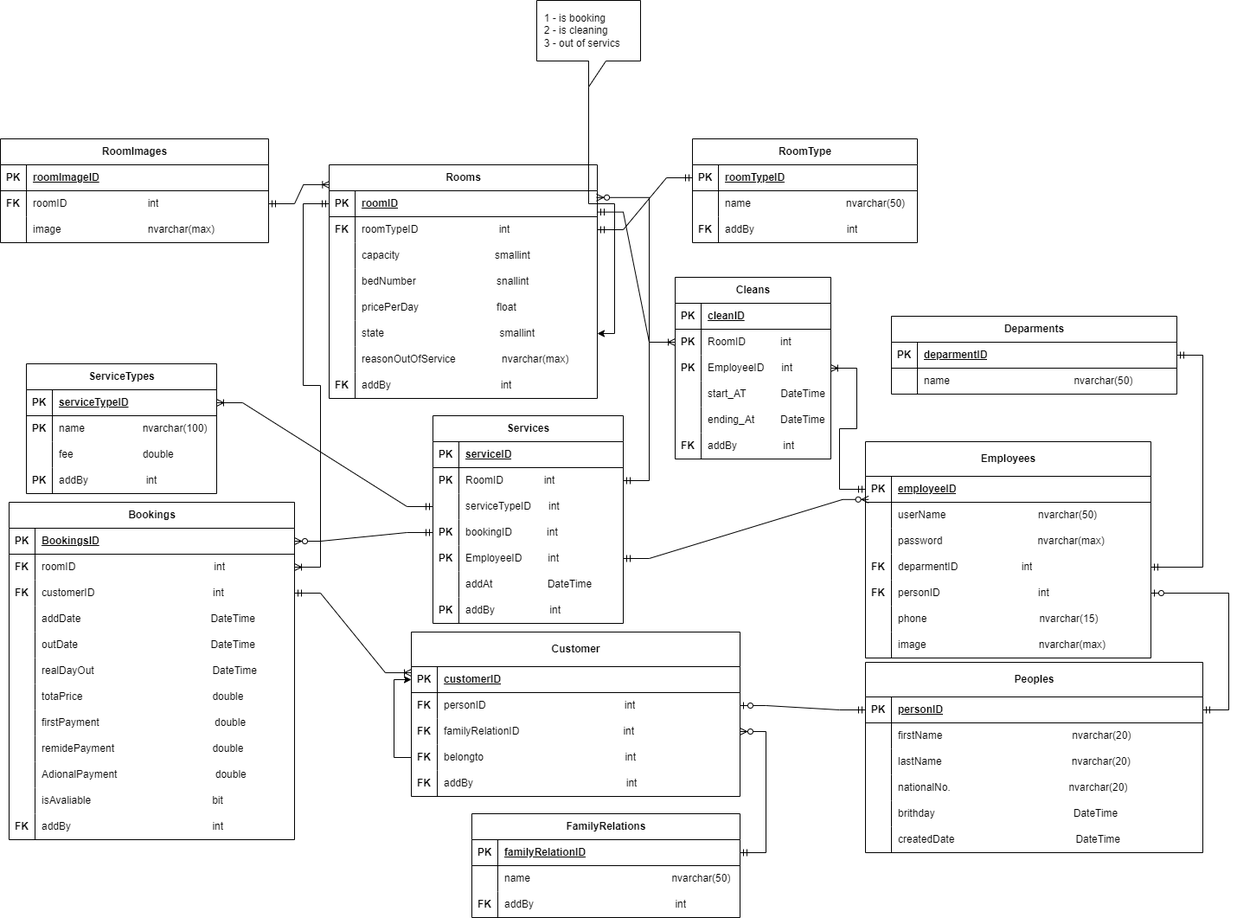
This is schma for hotel booking.png from Abdullah2100/HotelManagementSystem, a draw.io export, as it was before one commit. Source tidied: cells renumbered, new cells last; positions are measured from the earlier drawing's top-left corner, leaving out a move shared by most shapes.
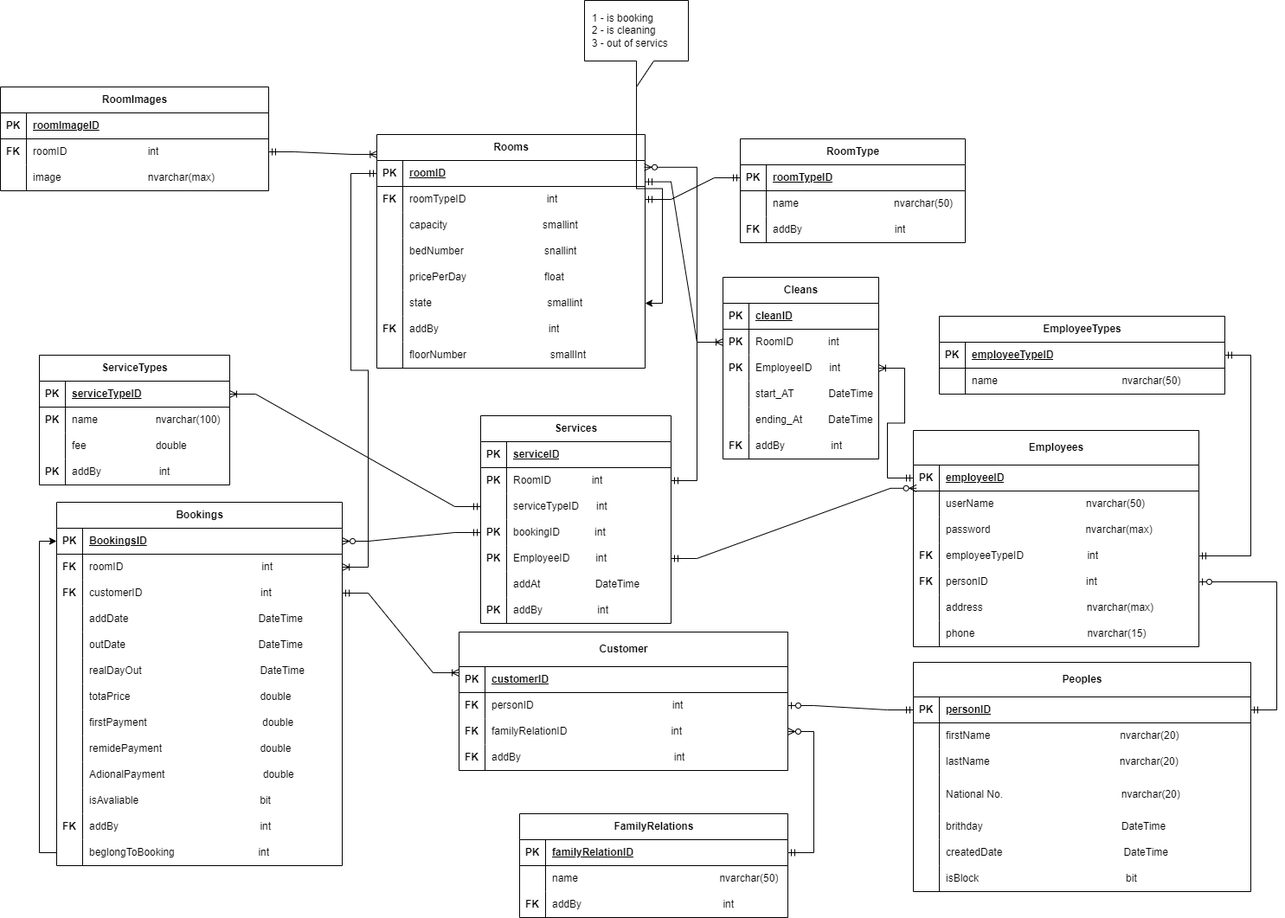
Later version of the same file.

Diff of the diagram source:
```diff
@@ -5,3 +5,3 @@
     <mxCell id="2" value="Peoples" style="shape=table;startSize=40;rowLines=0;fontStyle=1;align=center;html=1;" parent="1" vertex="1">
-      <mxGeometry x="1000" y="765" width="390" height="220" as="geometry" />
+      <mxGeometry x="1000" y="765" width="390" height="265" as="geometry" />
     </mxCell>
@@ -35,12 +35,12 @@
     <mxCell id="12" style="shape=tableRow;horizontal=0;startSize=0;swimlaneHead=0;swimlaneBody=0;fillColor=none;top=0;left=0;right=0;bottom=0;" parent="2" vertex="1">
-      <mxGeometry y="130" width="390" height="30" as="geometry" />
+      <mxGeometry y="130" width="390" height="45" as="geometry" />
     </mxCell>
     <mxCell id="13" style="shape=partialRectangle;fillColor=none;top=0;left=0;bottom=0;right=0;overflow=hidden;whiteSpace=wrap;html=1;" parent="12" vertex="1">
-      <mxGeometry width="30" height="30" as="geometry" />
+      <mxGeometry width="30" height="45" as="geometry" />
     </mxCell>
-    <mxCell id="14" value="nationalNo.&amp;nbsp; &amp;nbsp; &amp;nbsp; &amp;nbsp; &amp;nbsp; &amp;nbsp; &amp;nbsp; &amp;nbsp; &amp;nbsp; &amp;nbsp; &amp;nbsp; &amp;nbsp; &amp;nbsp; &amp;nbsp; &amp;nbsp; &amp;nbsp; &amp;nbsp; &amp;nbsp; &amp;nbsp; &amp;nbsp; &amp;nbsp;nvarchar(20)" style="shape=partialRectangle;fillColor=none;top=0;left=0;bottom=0;right=0;align=left;spacingLeft=6;overflow=hidden;whiteSpace=wrap;html=1;" parent="12" vertex="1">
-      <mxGeometry x="30" width="360" height="30" as="geometry" />
+    <mxCell id="14" value="National No.&amp;nbsp; &amp;nbsp; &amp;nbsp; &amp;nbsp; &amp;nbsp; &amp;nbsp; &amp;nbsp; &amp;nbsp; &amp;nbsp; &amp;nbsp; &amp;nbsp; &amp;nbsp; &amp;nbsp; &amp;nbsp; &amp;nbsp; &amp;nbsp; &amp;nbsp; &amp;nbsp; &amp;nbsp; &amp;nbsp; &amp;nbsp;nvarchar(20)" style="shape=partialRectangle;fillColor=none;top=0;left=0;bottom=0;right=0;align=left;spacingLeft=6;overflow=hidden;whiteSpace=wrap;html=1;" parent="12" vertex="1">
+      <mxGeometry x="30" width="360" height="45" as="geometry" />
     </mxCell>
     <mxCell id="15" style="shape=tableRow;horizontal=0;startSize=0;swimlaneHead=0;swimlaneBody=0;fillColor=none;top=0;left=0;right=0;bottom=0;" parent="2" vertex="1">
-      <mxGeometry y="160" width="390" height="30" as="geometry" />
+      <mxGeometry y="175" width="390" height="30" as="geometry" />
     </mxCell>
@@ -53,3 +53,3 @@
     <mxCell id="18" style="shape=tableRow;horizontal=0;startSize=0;swimlaneHead=0;swimlaneBody=0;fillColor=none;top=0;left=0;right=0;bottom=0;" parent="2" vertex="1">
-      <mxGeometry y="190" width="390" height="30" as="geometry" />
+      <mxGeometry y="205" width="390" height="30" as="geometry" />
     </mxCell>
@@ -61,4 +61,13 @@
     </mxCell>
+    <mxCell id="231" style="shape=tableRow;horizontal=0;startSize=0;swimlaneHead=0;swimlaneBody=0;fillColor=none;top=0;left=0;right=0;bottom=0;" parent="2" vertex="1">
+      <mxGeometry y="235" width="390" height="30" as="geometry" />
+    </mxCell>
+    <mxCell id="232" style="shape=partialRectangle;fillColor=none;top=0;left=0;bottom=0;right=0;overflow=hidden;whiteSpace=wrap;html=1;" parent="231" vertex="1">
+      <mxGeometry width="30" height="30" as="geometry" />
+    </mxCell>
+    <mxCell id="233" value="isBlock&amp;nbsp; &amp;nbsp; &amp;nbsp; &amp;nbsp; &amp;nbsp; &amp;nbsp; &amp;nbsp; &amp;nbsp; &amp;nbsp; &amp;nbsp; &amp;nbsp; &amp;nbsp; &amp;nbsp; &amp;nbsp; &amp;nbsp; &amp;nbsp; &amp;nbsp; &amp;nbsp; &amp;nbsp; &amp;nbsp; &amp;nbsp; &amp;nbsp; &amp;nbsp; &amp;nbsp; &amp;nbsp; &amp;nbsp;bit" style="shape=partialRectangle;fillColor=none;top=0;left=0;bottom=0;right=0;align=left;spacingLeft=6;overflow=hidden;whiteSpace=wrap;html=1;" parent="231" vertex="1">
+      <mxGeometry x="30" width="360" height="30" as="geometry" />
+    </mxCell>
     <mxCell id="21" value="Employees" style="shape=table;startSize=40;rowLines=0;fontStyle=1;align=center;html=1;" parent="1" vertex="1">
-      <mxGeometry x="1000" y="510" width="330" height="250" as="geometry" />
+      <mxGeometry x="1000" y="497" width="330" height="250" as="geometry" />
     </mxCell>
@@ -97,3 +106,3 @@
     </mxCell>
-    <mxCell id="33" value="deparmentID&amp;nbsp; &amp;nbsp; &amp;nbsp; &amp;nbsp; &amp;nbsp; &amp;nbsp; &amp;nbsp; &amp;nbsp; &amp;nbsp; &amp;nbsp; &amp;nbsp; int" style="shape=partialRectangle;fillColor=none;top=0;left=0;bottom=0;right=0;align=left;spacingLeft=6;overflow=hidden;whiteSpace=wrap;html=1;" parent="31" vertex="1">
+    <mxCell id="33" value="employeeTypeID&amp;nbsp; &amp;nbsp; &amp;nbsp; &amp;nbsp; &amp;nbsp; &amp;nbsp; &amp;nbsp; &amp;nbsp; &amp;nbsp; &amp;nbsp; &amp;nbsp; int" style="shape=partialRectangle;fillColor=none;top=0;left=0;bottom=0;right=0;align=left;spacingLeft=6;overflow=hidden;whiteSpace=wrap;html=1;" parent="31" vertex="1">
       <mxGeometry x="30" width="300" height="30" as="geometry" />
@@ -109,4 +118,13 @@
     </mxCell>
+    <mxCell id="234" style="shape=tableRow;horizontal=0;startSize=0;swimlaneHead=0;swimlaneBody=0;fillColor=none;top=0;left=0;right=0;bottom=0;" parent="21" vertex="1">
+      <mxGeometry y="190" width="330" height="30" as="geometry" />
+    </mxCell>
+    <mxCell id="235" style="shape=partialRectangle;fillColor=none;top=0;left=0;bottom=0;right=0;overflow=hidden;whiteSpace=wrap;html=1;" parent="234" vertex="1">
+      <mxGeometry width="30" height="30" as="geometry" />
+    </mxCell>
+    <mxCell id="236" value="address&amp;nbsp; &amp;nbsp; &amp;nbsp; &amp;nbsp; &amp;nbsp; &amp;nbsp; &amp;nbsp; &amp;nbsp; &amp;nbsp; &amp;nbsp; &amp;nbsp; &amp;nbsp; &amp;nbsp; &amp;nbsp; &amp;nbsp; &amp;nbsp; &amp;nbsp; &amp;nbsp; nvarchar(max)" style="shape=partialRectangle;fillColor=none;top=0;left=0;bottom=0;right=0;align=left;spacingLeft=6;overflow=hidden;whiteSpace=wrap;html=1;" parent="234" vertex="1">
+      <mxGeometry x="30" width="300" height="30" as="geometry" />
+    </mxCell>
     <mxCell id="37" style="shape=tableRow;horizontal=0;startSize=0;swimlaneHead=0;swimlaneBody=0;fillColor=none;top=0;left=0;right=0;bottom=0;" parent="21" vertex="1">
-      <mxGeometry y="190" width="330" height="30" as="geometry" />
+      <mxGeometry y="220" width="330" height="30" as="geometry" />
     </mxCell>
@@ -118,12 +136,3 @@
     </mxCell>
-    <mxCell id="40" style="shape=tableRow;horizontal=0;startSize=0;swimlaneHead=0;swimlaneBody=0;fillColor=none;top=0;left=0;right=0;bottom=0;" parent="21" vertex="1">
-      <mxGeometry y="220" width="330" height="30" as="geometry" />
-    </mxCell>
-    <mxCell id="41" style="shape=partialRectangle;fillColor=none;top=0;left=0;bottom=0;right=0;overflow=hidden;whiteSpace=wrap;html=1;" parent="40" vertex="1">
-      <mxGeometry width="30" height="30" as="geometry" />
-    </mxCell>
-    <mxCell id="42" value="image&amp;nbsp; &amp;nbsp; &amp;nbsp; &amp;nbsp; &amp;nbsp; &amp;nbsp; &amp;nbsp; &amp;nbsp; &amp;nbsp; &amp;nbsp; &amp;nbsp; &amp;nbsp; &amp;nbsp; &amp;nbsp; &amp;nbsp; &amp;nbsp; &amp;nbsp; &amp;nbsp; &amp;nbsp; &amp;nbsp;nvarchar(max)" style="shape=partialRectangle;fillColor=none;top=0;left=0;bottom=0;right=0;align=left;spacingLeft=6;overflow=hidden;whiteSpace=wrap;html=1;" parent="40" vertex="1">
-      <mxGeometry x="30" width="300" height="30" as="geometry" />
-    </mxCell>
-    <mxCell id="43" value="Deparments" style="shape=table;startSize=30;rowLines=0;fontStyle=1;align=center;html=1;" parent="1" vertex="1">
+    <mxCell id="43" value="EmployeeTypes" style="shape=table;startSize=30;rowLines=0;fontStyle=1;align=center;html=1;" parent="1" vertex="1">
       <mxGeometry x="1030" y="365" width="330" height="90" as="geometry" />
@@ -136,3 +145,3 @@
     </mxCell>
-    <mxCell id="46" value="deparmentID" style="shape=partialRectangle;fillColor=none;top=0;left=0;bottom=0;right=0;align=left;spacingLeft=6;fontStyle=5;overflow=hidden;whiteSpace=wrap;html=1;" parent="44" vertex="1">
+    <mxCell id="46" value="employeeTypeID" style="shape=partialRectangle;fillColor=none;top=0;left=0;bottom=0;right=0;align=left;spacingLeft=6;fontStyle=5;overflow=hidden;whiteSpace=wrap;html=1;" parent="44" vertex="1">
       <mxGeometry x="30" width="300" height="30" as="geometry" />
@@ -148,3 +157,3 @@
     </mxCell>
-    <mxCell id="50" style="edgeStyle=orthogonalEdgeStyle;rounded=0;jettySize=auto;html=1;entryX=0;entryY=0.5;entryDx=0;entryDy=0;" parent="1" edge="1" source="63" target="54">
+    <mxCell id="50" style="edgeStyle=orthogonalEdgeStyle;rounded=0;jettySize=auto;html=1;entryX=0;entryY=0.5;entryDx=0;entryDy=0;" parent="1" edge="1" source="x" target="54">
       <mxGeometry relative="1" as="geometry" />
@@ -158,3 +167,3 @@
     <mxCell id="53" value="Customer" style="shape=table;startSize=40;rowLines=0;fontStyle=1;align=center;html=1;" parent="1" vertex="1">
-      <mxGeometry x="475" y="730" width="380" height="190" as="geometry" />
+      <mxGeometry x="475" y="730" width="380" height="160" as="geometry" />
     </mxCell>
@@ -187,13 +196,4 @@
     </mxCell>
-    <mxCell id="63" style="shape=tableRow;horizontal=0;startSize=0;swimlaneHead=0;swimlaneBody=0;fillColor=none;points=[[0,0.5],[1,0.5]];portConstraint=eastwest;top=0;left=0;right=0;bottom=0;" parent="53" vertex="1">
-      <mxGeometry y="130" width="380" height="30" as="geometry" />
-    </mxCell>
-    <mxCell id="64" value="&lt;b style=&quot;border-color: var(--border-color);&quot;&gt;FK&lt;/b&gt;" style="shape=partialRectangle;fillColor=none;top=0;left=0;bottom=0;right=0;overflow=hidden;whiteSpace=wrap;html=1;" parent="63" vertex="1">
-      <mxGeometry width="30" height="30" as="geometry" />
-    </mxCell>
-    <mxCell id="65" value="belongto&amp;nbsp; &amp;nbsp; &amp;nbsp; &amp;nbsp; &amp;nbsp; &amp;nbsp; &amp;nbsp; &amp;nbsp; &amp;nbsp; &amp;nbsp; &amp;nbsp; &amp;nbsp; &amp;nbsp; &amp;nbsp; &amp;nbsp; &amp;nbsp; &amp;nbsp; &amp;nbsp; &amp;nbsp; &amp;nbsp; &amp;nbsp; &amp;nbsp; &amp;nbsp; &amp;nbsp; &amp;nbsp;int" style="shape=partialRectangle;fillColor=none;top=0;left=0;bottom=0;right=0;align=left;spacingLeft=6;overflow=hidden;whiteSpace=wrap;html=1;" parent="63" vertex="1">
-      <mxGeometry x="30" width="350" height="30" as="geometry" />
-    </mxCell>
     <mxCell id="66" style="shape=tableRow;horizontal=0;startSize=0;swimlaneHead=0;swimlaneBody=0;fillColor=none;top=0;left=0;right=0;bottom=0;" parent="53" vertex="1">
-      <mxGeometry y="160" width="380" height="30" as="geometry" />
+      <mxGeometry y="130" width="380" height="30" as="geometry" />
     </mxCell>
@@ -242,3 +242,3 @@
     <mxCell id="81" value="Rooms" style="shape=table;startSize=30;rowLines=0;fontStyle=1;align=center;html=1;" parent="1" vertex="1">
-      <mxGeometry x="380" y="190" width="310" height="270" as="geometry" />
+      <mxGeometry x="380" y="155" width="310" height="270" as="geometry" />
     </mxCell>
@@ -298,13 +298,4 @@
     </mxCell>
-    <mxCell id="100" style="shape=tableRow;horizontal=0;startSize=0;swimlaneHead=0;swimlaneBody=0;fillColor=none;top=0;left=0;right=0;bottom=0;" parent="81" vertex="1">
-      <mxGeometry y="210" width="310" height="30" as="geometry" />
-    </mxCell>
-    <mxCell id="101" style="shape=partialRectangle;fillColor=none;top=0;left=0;bottom=0;right=0;overflow=hidden;whiteSpace=wrap;html=1;" parent="100" vertex="1">
-      <mxGeometry width="30" height="30" as="geometry" />
-    </mxCell>
-    <mxCell id="102" value="reasonOutOfService&amp;nbsp; &amp;nbsp; &amp;nbsp; &amp;nbsp; &amp;nbsp; &amp;nbsp; &amp;nbsp; &amp;nbsp; nvarchar(max)" style="shape=partialRectangle;fillColor=none;top=0;left=0;bottom=0;right=0;align=left;spacingLeft=6;overflow=hidden;whiteSpace=wrap;html=1;" parent="100" vertex="1">
-      <mxGeometry x="30" width="280" height="30" as="geometry" />
-    </mxCell>
     <mxCell id="103" style="shape=tableRow;horizontal=0;startSize=0;swimlaneHead=0;swimlaneBody=0;fillColor=none;top=0;left=0;right=0;bottom=0;" parent="81" vertex="1">
-      <mxGeometry y="240" width="310" height="30" as="geometry" />
+      <mxGeometry y="210" width="310" height="30" as="geometry" />
     </mxCell>
@@ -316,2 +307,11 @@
     </mxCell>
+    <mxCell id="237" style="shape=tableRow;horizontal=0;startSize=0;swimlaneHead=0;swimlaneBody=0;fillColor=none;top=0;left=0;right=0;bottom=0;" parent="81" vertex="1">
+      <mxGeometry y="240" width="310" height="30" as="geometry" />
+    </mxCell>
+    <mxCell id="238" style="shape=partialRectangle;fillColor=none;top=0;left=0;bottom=0;right=0;overflow=hidden;whiteSpace=wrap;html=1;" parent="237" vertex="1">
+      <mxGeometry width="30" height="30" as="geometry" />
+    </mxCell>
+    <mxCell id="239" value="floorNumber&amp;nbsp; &amp;nbsp; &amp;nbsp; &amp;nbsp; &amp;nbsp; &amp;nbsp; &amp;nbsp; &amp;nbsp; &amp;nbsp; &amp;nbsp; &amp;nbsp; &amp;nbsp; &amp;nbsp; &amp;nbsp; &amp;nbsp;smallInt" style="shape=partialRectangle;fillColor=none;top=0;left=0;bottom=0;right=0;align=left;spacingLeft=6;overflow=hidden;whiteSpace=wrap;html=1;" parent="237" vertex="1">
+      <mxGeometry x="30" width="280" height="30" as="geometry" />
+    </mxCell>
     <mxCell id="106" style="edgeStyle=orthogonalEdgeStyle;rounded=0;orthogonalLoop=1;jettySize=auto;html=1;exitX=1;exitY=0.5;exitDx=0;exitDy=0;" parent="81" edge="1" source="97" target="97">
@@ -349,2 +349,5 @@
     </mxCell>
+    <mxCell id="240" style="edgeStyle=orthogonalEdgeStyle;rounded=0;jettySize=auto;html=1;entryX=0;entryY=0.5;entryDx=0;entryDy=0;" parent="1" edge="1" source="241" target="121">
+      <mxGeometry relative="1" as="geometry" />
+    </mxCell>
     <mxCell id="117" style="edgeStyle=entityRelationEdgeStyle;fontSize=12;html=1;endArrow=ERmandOne;startArrow=ERmandOne;rounded=0;" parent="1" edge="1" source="85" target="108">
@@ -359,3 +362,3 @@
     <mxCell id="120" value="Bookings" style="shape=table;startSize=30;rowLines=0;fontStyle=1;align=center;html=1;" parent="1" vertex="1">
-      <mxGeometry x="10" y="580" width="330" height="390" as="geometry" />
+      <mxGeometry x="10" y="580" width="330" height="420" as="geometry" />
     </mxCell>
@@ -469,2 +472,11 @@
     </mxCell>
+    <mxCell id="241" style="shape=tableRow;horizontal=0;startSize=0;swimlaneHead=0;swimlaneBody=0;fillColor=none;points=[[0,0.5],[1,0.5]];portConstraint=eastwest;top=0;left=0;right=0;bottom=0;" parent="120" vertex="1">
+      <mxGeometry y="390" width="330" height="30" as="geometry" />
+    </mxCell>
+    <mxCell id="242" style="shape=partialRectangle;fillColor=none;top=0;left=0;bottom=0;right=0;overflow=hidden;whiteSpace=wrap;html=1;" parent="241" vertex="1">
+      <mxGeometry width="30" height="30" as="geometry" />
+    </mxCell>
+    <mxCell id="243" value="beglongToBooking&amp;nbsp; &amp;nbsp; &amp;nbsp; &amp;nbsp; &amp;nbsp; &amp;nbsp; &amp;nbsp; &amp;nbsp; &amp;nbsp; &amp;nbsp; &amp;nbsp; &amp;nbsp; &amp;nbsp; &amp;nbsp; &amp;nbsp;int" style="shape=partialRectangle;fillColor=none;top=0;left=0;bottom=0;right=0;align=left;spacingLeft=6;overflow=hidden;whiteSpace=wrap;html=1;" parent="241" vertex="1">
+      <mxGeometry x="30" width="300" height="30" as="geometry" />
+    </mxCell>
     <mxCell id="157" style="edgeStyle=entityRelationEdgeStyle;fontSize=12;html=1;endArrow=ERoneToMany;startArrow=ERmandOne;rounded=0;" parent="1" edge="1" source="82" target="124">
@@ -605,3 +617,3 @@
     <mxCell id="202" value="ServiceTypes" style="shape=table;startSize=30;rowLines=0;fontStyle=1;align=center;html=1;" parent="1" vertex="1">
-      <mxGeometry x="30" y="420" width="220" height="150" as="geometry" />
+      <mxGeometry x="-10" y="410" width="220" height="150" as="geometry" />
     </mxCell>
@@ -656,3 +668,3 @@
     <mxCell id="219" value="RoomImages" style="shape=table;startSize=30;rowLines=0;fontStyle=1;align=center;html=1;" parent="1" vertex="1">
-      <mxGeometry y="160" width="310" height="120" as="geometry" />
+      <mxGeometry x="-55" y="100" width="310" height="120" as="geometry" />
     </mxCell>
```
